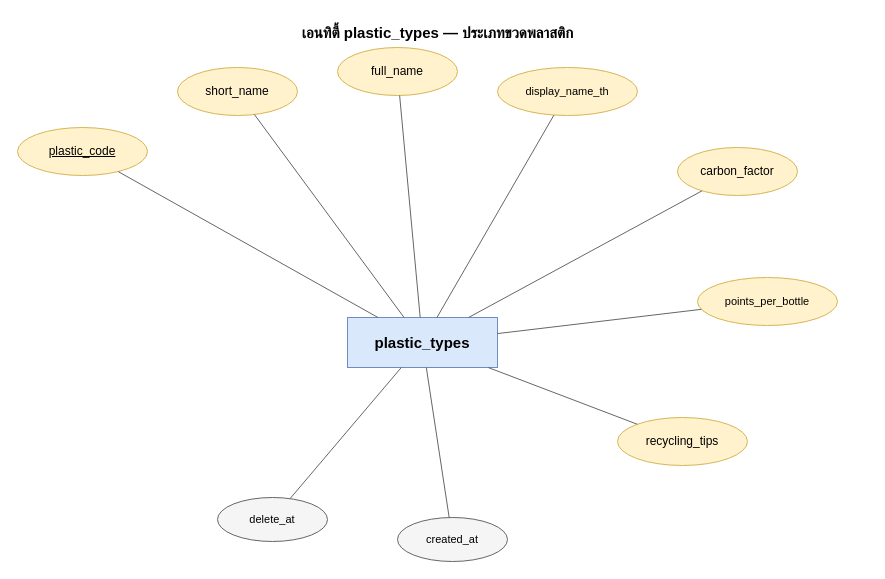
Before: page "7. plastic_types" (7 of 9) of docs/diagrams/er/ecobin-er-all-entities.drawio in jirakit661102057104-cloud/ecobin-connect, a draw.io diagram. Source tidied: cells renumbered, new cells numbered last; positions are measured from the earlier drawing's top-left corner, leaving out a move shared by most shapes. Both pictures are drawn from the tidied source at 100%, with x=0, y=0 at pixel (17, 17).
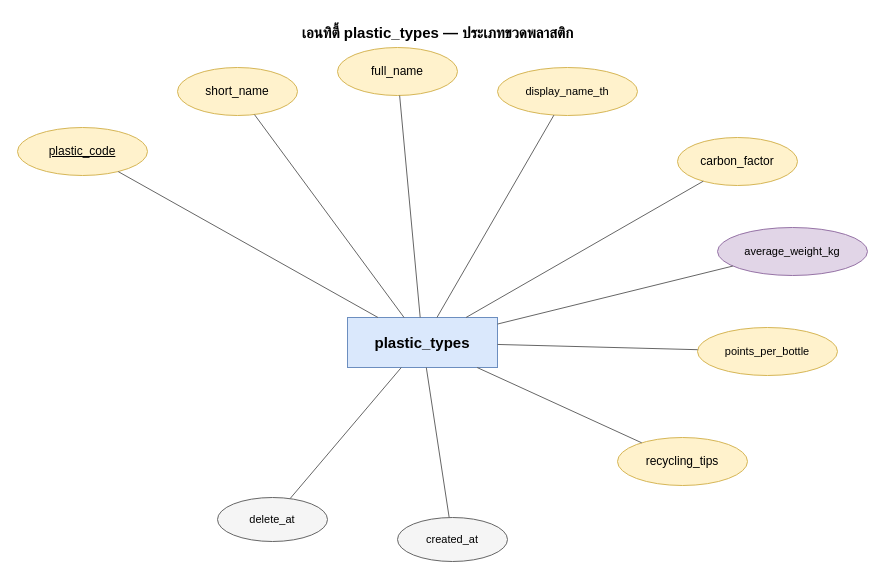
The same page after the edit.

The change refers to these unchanged cells:
```xml
<mxCell id="3" value="plastic_types" style="rounded=0;whiteSpace=wrap;html=1;fillColor=#dae8fc;strokeColor=#6c8ebf;fontStyle=1;fontSize=15;" parent="1" vertex="1">
  <mxGeometry x="330" y="300" width="150" height="50" as="geometry" />
</mxCell>
```

Diff of the diagram source:
```diff
@@
     <mxCell id="8" value="carbon_factor" style="ellipse;whiteSpace=wrap;html=1;fillColor=#fff2cc;strokeColor=#d6b656;fontSize=12;" parent="1" vertex="1">
-      <mxGeometry x="660" y="130" width="120" height="48" as="geometry" />
+      <mxGeometry x="660" y="120" width="120" height="48" as="geometry" />
     </mxCell>
+    <mxCell id="22" value="average_weight_kg" style="ellipse;whiteSpace=wrap;html=1;fillColor=#e1d5e7;strokeColor=#9673a6;fontSize=11;" parent="1" vertex="1">
+      <mxGeometry x="700" y="210" width="150" height="48" as="geometry" />
+    </mxCell>
     <mxCell id="9" value="points_per_bottle" style="ellipse;whiteSpace=wrap;html=1;fillColor=#fff2cc;strokeColor=#d6b656;fontSize=11;" parent="1" vertex="1">
-      <mxGeometry x="680" y="260" width="140" height="48" as="geometry" />
+      <mxGeometry x="680" y="310" width="140" height="48" as="geometry" />
     </mxCell>
     <mxCell id="10" value="recycling_tips" style="ellipse;whiteSpace=wrap;html=1;fillColor=#fff2cc;strokeColor=#d6b656;fontSize=12;" parent="1" vertex="1">
-      <mxGeometry x="600" y="400" width="130" height="48" as="geometry" />
+      <mxGeometry x="600" y="420" width="130" height="48" as="geometry" />
     </mxCell>
@@
+    <mxCell id="23" style="endArrow=none;html=1;strokeColor=#666;" parent="1" edge="1" source="22" target="3">
+      <mxGeometry relative="1" as="geometry" />
+    </mxCell>
```
